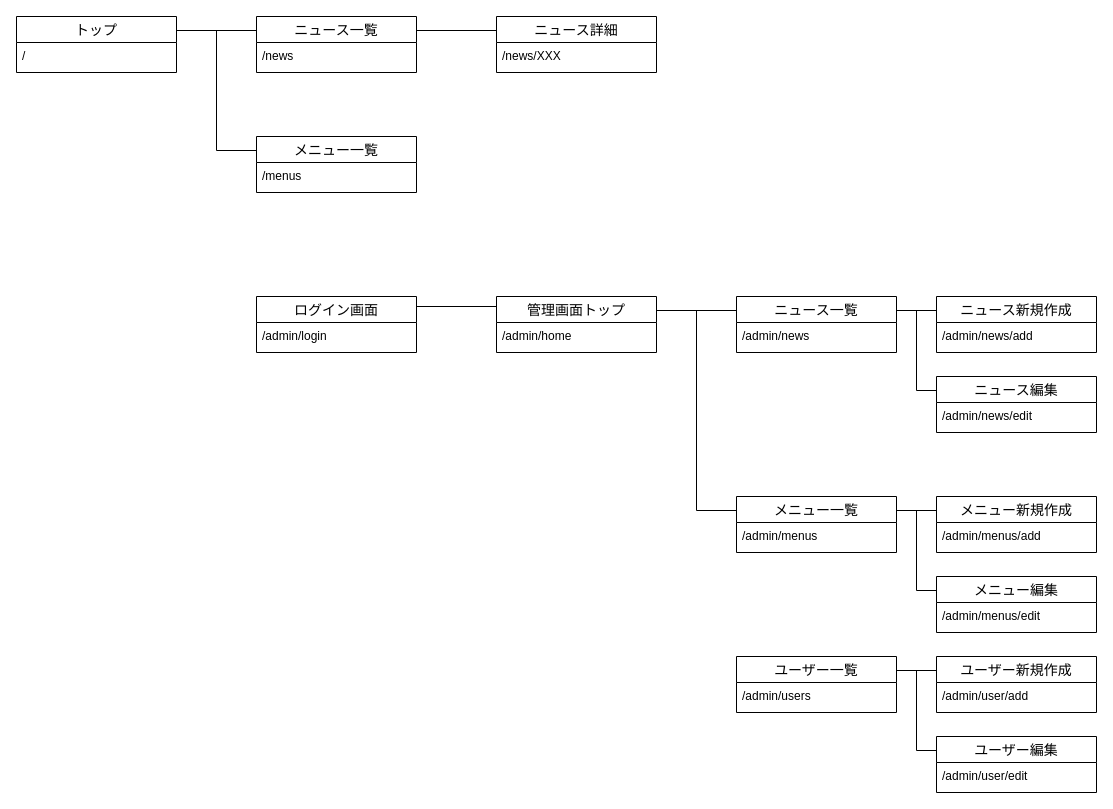
Above: page "Page-2" (2 of 2) of er.drawio in rixcx/cakephp-site (draw.io), before the change. Source tidied: cells renumbered, new cells numbered last; positions are measured from the earlier drawing's top-left corner, leaving out a move shared by most shapes. Both pictures are drawn from the tidied source at 100%, with x=0, y=0 at pixel (16, 16).
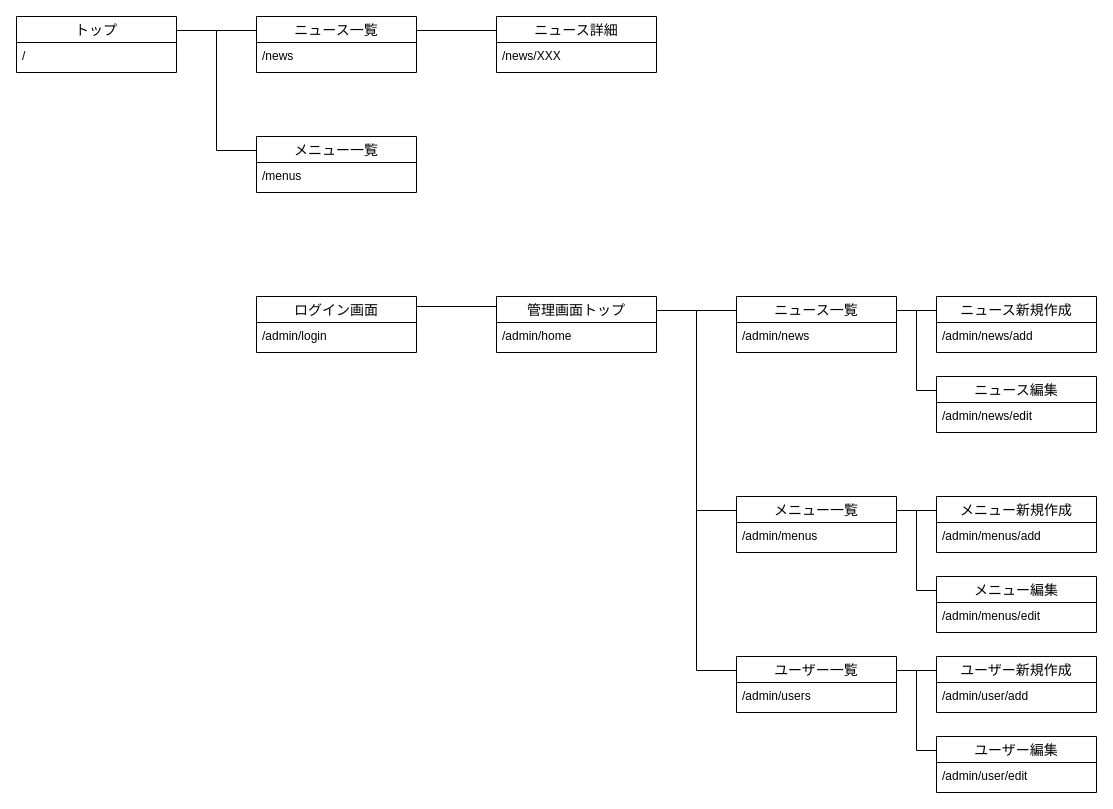
Above is the later version.

The change refers to these unchanged cells:
```xml
<mxCell id="15" value="管理画面トップ" style="swimlane;fontStyle=0;horizontal=1;startSize=26;align=center;fontSize=14;" parent="1" vertex="1">
  <mxGeometry x="480" y="280" width="160" height="56" as="geometry" />
</mxCell>
<mxCell id="36" value="ユーザー一覧" style="swimlane;fontStyle=0;horizontal=1;startSize=26;align=center;fontSize=14;" parent="1" vertex="1">
  <mxGeometry x="720" y="640" width="160" height="56" as="geometry" />
</mxCell>
```

Diff of the diagram source:
```diff
@@
+    <mxCell id="44" style="endArrow=none;html=1;edgeStyle=orthogonalEdgeStyle;exitX=1;exitY=0.25;exitDx=0;exitDy=0;entryX=0;entryY=0.25;entryDx=0;entryDy=0;rounded=0;" parent="1" edge="1" source="15" target="36">
+      <mxGeometry relative="1" as="geometry" />
+    </mxCell>
```
